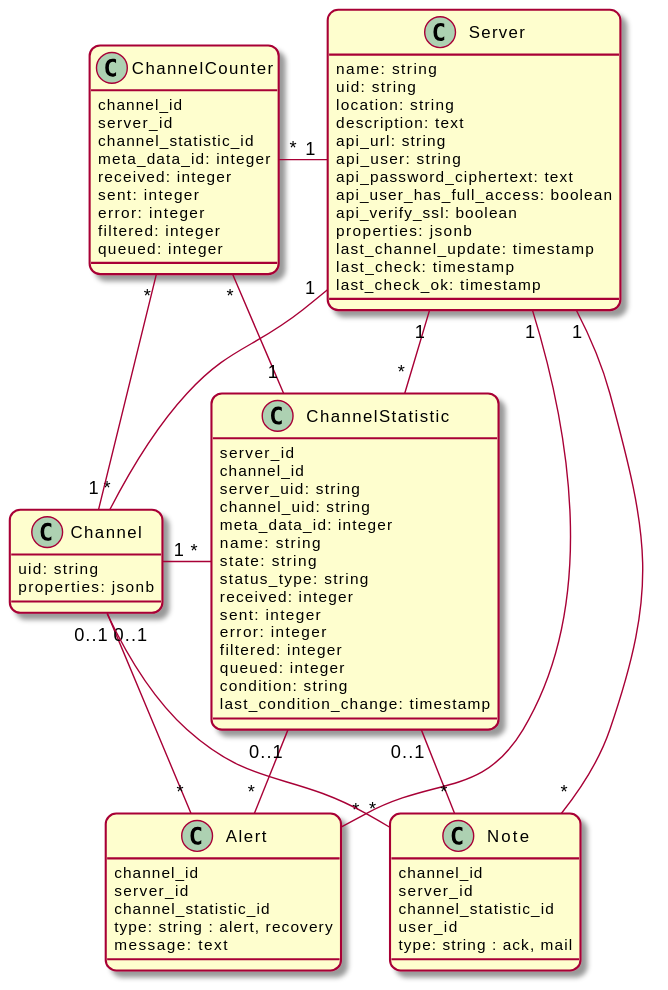
Above: doc/dev-notes/modules/ROOT/images/models.svg in swobspace/mirco (PlantUML), before the change.
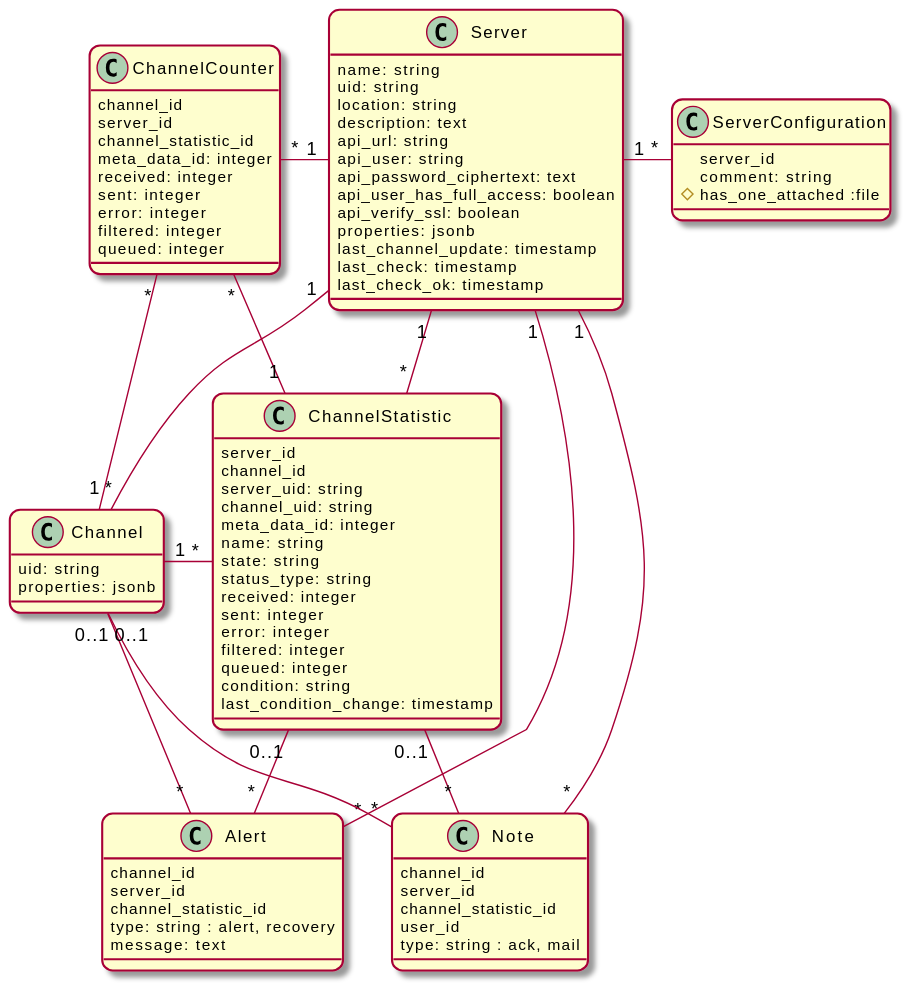
The same diagram one commit later.

Commit message:
model ServerConfiguration

What changed in the source:
```diff
@@ -70,7 +70,14 @@
   type: string : ack, mail
 }
 
+class ServerConfiguration {
+  server_id
+  comment: string
+  # has_one_attached :file
+}
+
 Server "1" -- "*" Channel
+Server "1" - "*" ServerConfiguration
 Server "1" - "*" ChannelStatistic
 Channel "1" - "*" ChannelStatistic
 ChannelCounter "*" - "1" Server
```
